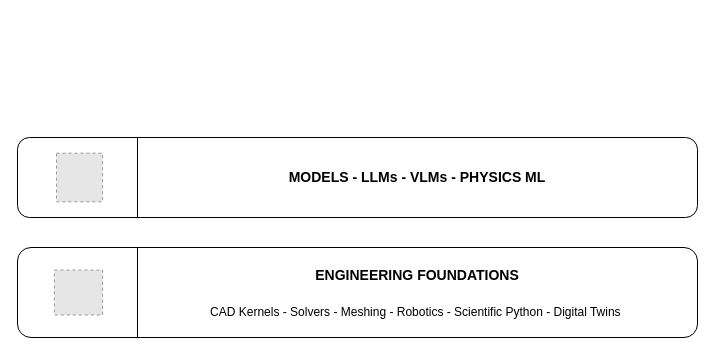
The draw.io diagram page "physical-engineering-ai-stack" (3 of 3) of MBSE/CAS/Drawio/model-based-development-process.drawio in robotics-intelligent-systems/jfxosms, before the edit. Source tidied: cells renumbered, new cells numbered last; positions are measured from the earlier drawing's top-left corner, leaving out a move shared by most shapes. Both pictures are drawn from the tidied source at 100%, with x=0, y=0 at pixel (17, 137). Pictures stored in the file or linked from it are replaced by grey dashed boxes.
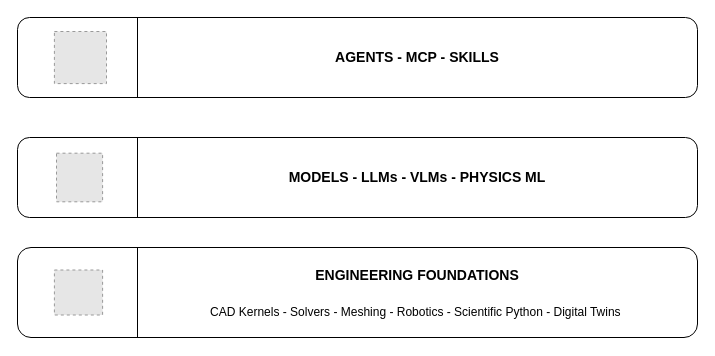
After the change.

Commit message:
[fix] Including agents block

What changed in the source:
```diff
@@
 <mxGraphModel>
   <root>
     <mxCell id="0" />
     <mxCell id="1" parent="0" />
     <mxCell id="2" style="rounded=1;whiteSpace=wrap;html=1;" parent="1" vertex="1">
       <mxGeometry y="110" width="680" height="90" as="geometry" />
     </mxCell>
     <mxCell id="3" value="&lt;font style=&quot;font-size: 14px;&quot;&gt;&lt;b&gt;ENGINEERING FOUNDATIONS&lt;/b&gt;&lt;/font&gt;" style="text;html=1;align=center;verticalAlign=middle;whiteSpace=wrap;rounded=0;" parent="1" vertex="1">
       <mxGeometry x="120" y="112.5" width="560" height="50" as="geometry" />
     </mxCell>
     <mxCell id="4" style="endArrow=none;html=1;rounded=0;" parent="1" edge="1">
       <mxGeometry relative="1" as="geometry">
         <mxPoint x="120" y="200" as="sourcePoint" />
         <mxPoint x="120" y="110" as="targetPoint" />
       </mxGeometry>
     </mxCell>
     <mxCell id="5" value="CAD Kernels - Solvers - Meshing - Robotics - Scientific Python - Digital Twins&amp;nbsp;" style="text;html=1;align=center;verticalAlign=middle;whiteSpace=wrap;rounded=0;" parent="1" vertex="1">
       <mxGeometry x="120" y="150" width="560" height="50" as="geometry" />
     </mxCell>
     <mxCell id="6" style="rounded=1;whiteSpace=wrap;html=1;" parent="1" vertex="1">
       <mxGeometry width="680" height="80" as="geometry" />
     </mxCell>
     <mxCell id="7" value="&lt;font style=&quot;font-size: 14px;&quot;&gt;&lt;b&gt;MODELS - LLMs - VLMs - PHYSICS ML&lt;/b&gt;&lt;/font&gt;" style="text;html=1;align=center;verticalAlign=middle;whiteSpace=wrap;rounded=0;" parent="1" vertex="1">
       <mxGeometry x="120" y="15" width="560" height="50" as="geometry" />
     </mxCell>
     <mxCell id="8" style="endArrow=none;html=1;rounded=0;" parent="1" edge="1">
       <mxGeometry relative="1" as="geometry">
         <mxPoint x="120" y="80" as="sourcePoint" />
         <mxPoint x="120" as="targetPoint" />
       </mxGeometry>
     </mxCell>
     <mxCell id="9" style="fillColor=#E6E6E6;strokeColor=#999999;dashed=1;verticalLabelPosition=bottom;verticalAlign=top;" parent="1" vertex="1">
       <mxGeometry x="39" y="15.7" width="46.1" height="48.6" as="geometry" />
     </mxCell>
     <mxCell id="10" style="fillColor=#E6E6E6;strokeColor=#999999;dashed=1;verticalLabelPosition=bottom;verticalAlign=top;" parent="1" vertex="1">
       <mxGeometry x="36.9" y="132.5" width="48.2" height="45" as="geometry" />
     </mxCell>
+    <mxCell id="11" style="rounded=1;whiteSpace=wrap;html=1;" parent="1" vertex="1">
+      <mxGeometry y="-120" width="680" height="80" as="geometry" />
+    </mxCell>
+    <mxCell id="12" value="&lt;font style=&quot;font-size: 14px;&quot;&gt;&lt;b&gt;AGENTS - MCP - SKILLS&lt;/b&gt;&lt;/font&gt;" style="text;html=1;align=center;verticalAlign=middle;whiteSpace=wrap;rounded=0;" parent="1" vertex="1">
+      <mxGeometry x="120" y="-105" width="560" height="50" as="geometry" />
+    </mxCell>
+    <mxCell id="13" style="endArrow=none;html=1;rounded=0;" parent="1" edge="1">
+      <mxGeometry relative="1" as="geometry">
+        <mxPoint x="120" y="-40" as="sourcePoint" />
+        <mxPoint x="120" y="-120" as="targetPoint" />
+      </mxGeometry>
+    </mxCell>
+    <mxCell id="14" style="fillColor=#E6E6E6;strokeColor=#999999;dashed=1;verticalLabelPosition=bottom;verticalAlign=top;" parent="1" vertex="1">
+      <mxGeometry x="36.9" y="-106" width="52.1" height="52.1" as="geometry" />
+    </mxCell>
   </root>
 </mxGraphModel>
```
